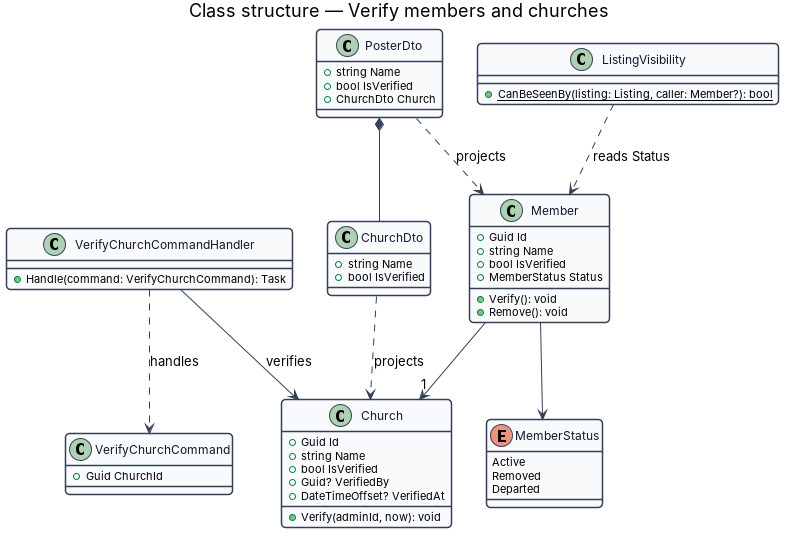
Before: docs/detailed-designs/members/verify-members-and-churches/diagrams/class-structure.png, a diagram exported from PlantUML (QuinntyneBrown/christian-rent). Its source is kept beside it as docs/detailed-designs/members/verify-members-and-churches/diagrams/class-structure.puml.
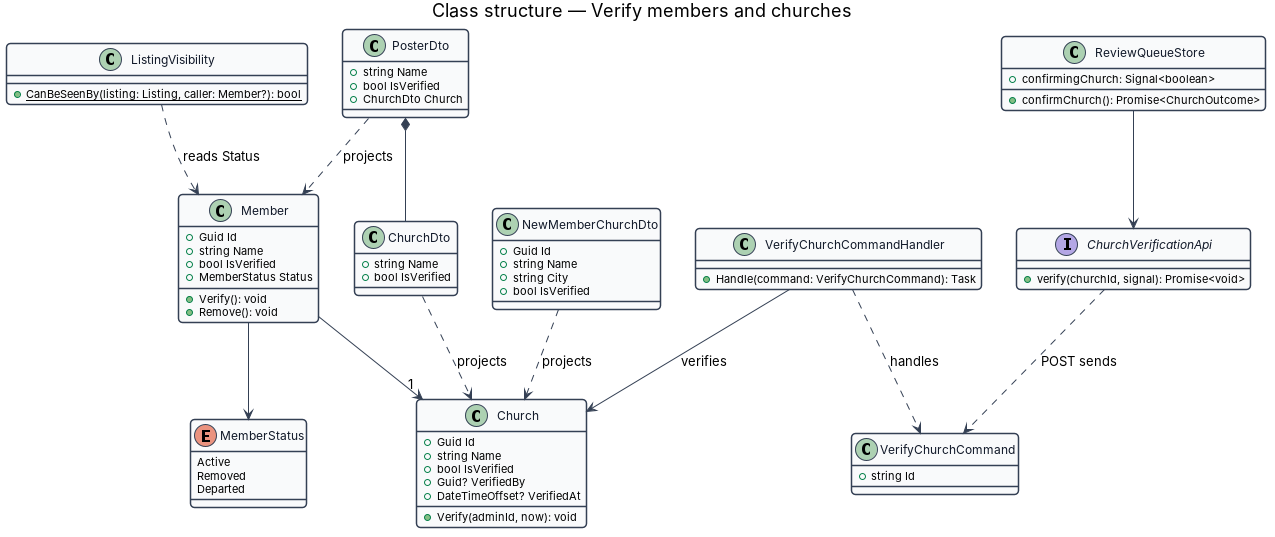
After the change.

The edit, as a diff of the source:
```diff
@@ -33,7 +33,20 @@
   Departed
 }
 class VerifyChurchCommand {
-  +Guid ChurchId
+  +string Id
+}
+class NewMemberChurchDto {
+  +Guid Id
+  +string Name
+  +string City
+  +bool IsVerified
+}
+interface ChurchVerificationApi {
+  +verify(churchId, signal): Promise<void>
+}
+class ReviewQueueStore {
+  +confirmingChurch: Signal<boolean>
+  +confirmChurch(): Promise<ChurchOutcome>
 }
 class VerifyChurchCommandHandler {
   +Handle(command: VerifyChurchCommand): Task
@@ -57,5 +70,8 @@
 ListingVisibility ..> Member : reads Status
 PosterDto ..> Member : projects
 ChurchDto ..> Church : projects
+NewMemberChurchDto ..> Church : projects
+ReviewQueueStore --> ChurchVerificationApi
+ChurchVerificationApi ..> VerifyChurchCommand : POST sends
 PosterDto *-- ChurchDto
 @enduml
```
